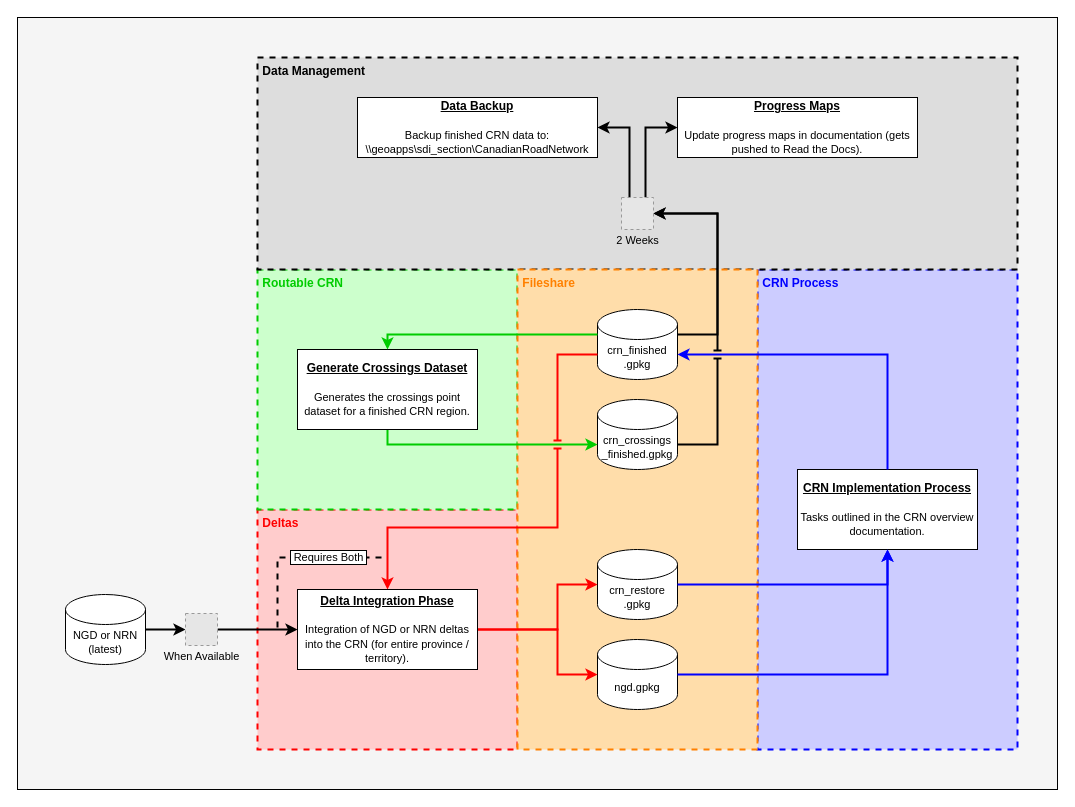
Earlier version of the draw.io diagram docs/_build/_static/homepage/crn_dependencies.drawio (StatCan/egp-crn). Source tidied: cells renumbered, new cells numbered last; positions are measured from the earlier drawing's top-left corner, leaving out a move shared by most shapes. Both pictures are drawn from the tidied source at 100%, with x=0, y=0 at pixel (17, 17). Pictures stored in the file or linked from it are replaced by grey dashed boxes.
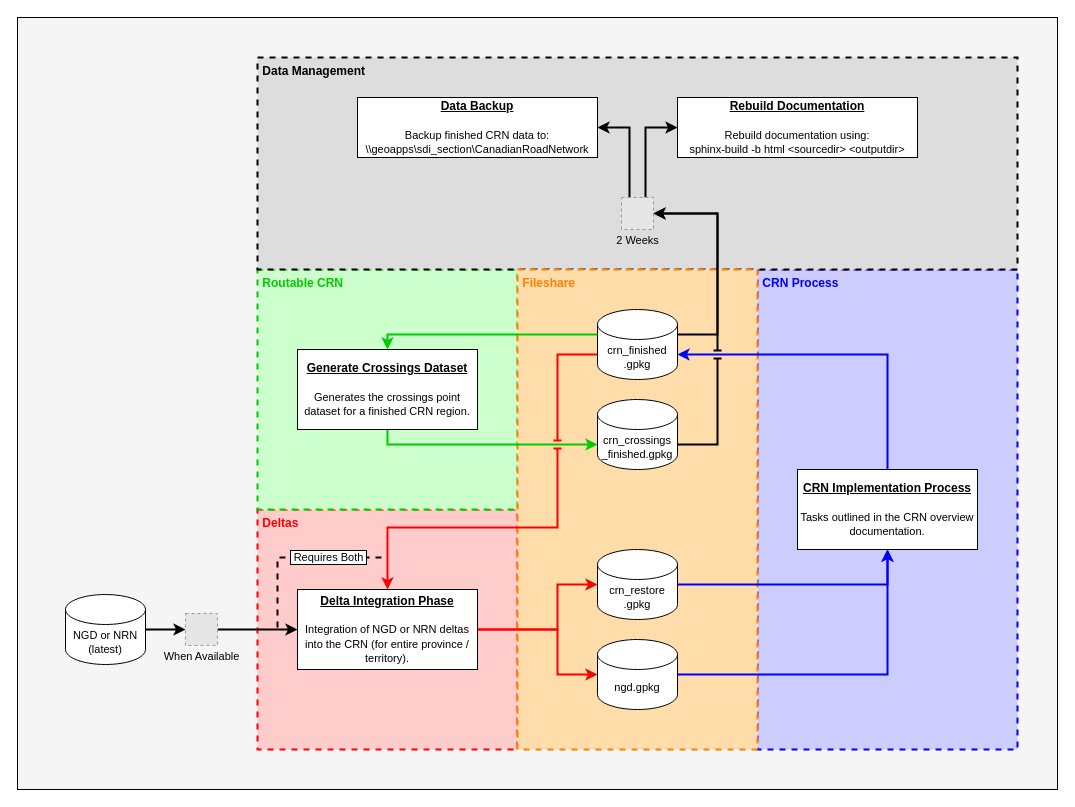
After the change.

Change to the diagram source:
```diff
@@
-    <mxCell id="18" value="&lt;b&gt;&lt;u&gt;Progress Maps&lt;br&gt;&lt;/u&gt;&lt;/b&gt;&lt;br&gt;&lt;font style=&quot;font-size: 11px;&quot;&gt;Update progress maps in documentation (gets pushed to Read the Docs).&lt;/font&gt;" style="whiteSpace=wrap;html=1;strokeColor=#000000;strokeWidth=1;fillColor=default;" parent="1" vertex="1">
+    <mxCell id="18" value="&lt;b&gt;&lt;u&gt;Rebuild Documentation&lt;br&gt;&lt;/u&gt;&lt;/b&gt;&lt;br&gt;&lt;font style=&quot;font-size: 11px;&quot;&gt;Rebuild documentation using:&lt;br&gt;sphinx-build -b html &amp;lt;sourcedir&amp;gt; &amp;lt;outputdir&amp;gt;&lt;/font&gt;" style="whiteSpace=wrap;html=1;strokeColor=#000000;strokeWidth=1;fillColor=default;" parent="1" vertex="1">
       <mxGeometry x="660" y="80" width="240" height="60" as="geometry" />
     </mxCell>
```
